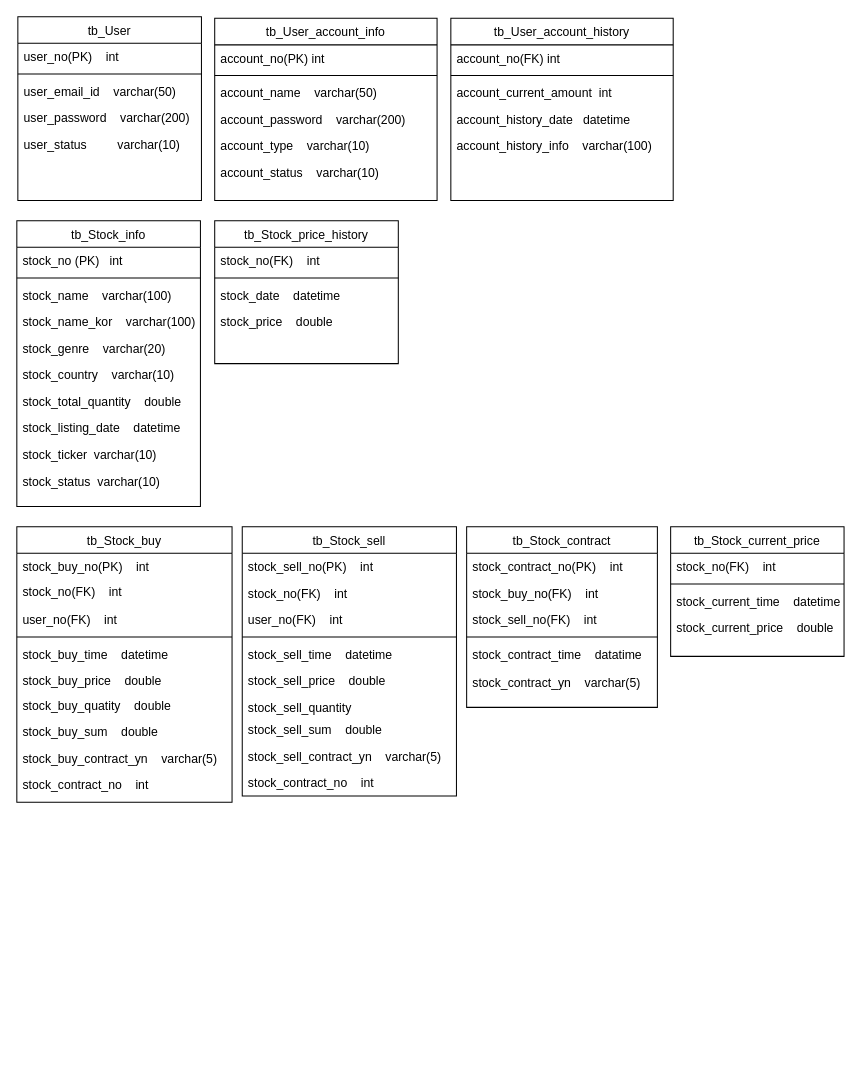
Above: stockERD.drawio in kmg4376/hello-world (draw.io), before the change. Source tidied: cells renumbered, new cells numbered last; positions are measured from the earlier drawing's top-left corner, leaving out a move shared by most shapes. Both pictures are drawn from the tidied source at 102%, with x=0, y=0 at pixel (16, 16).
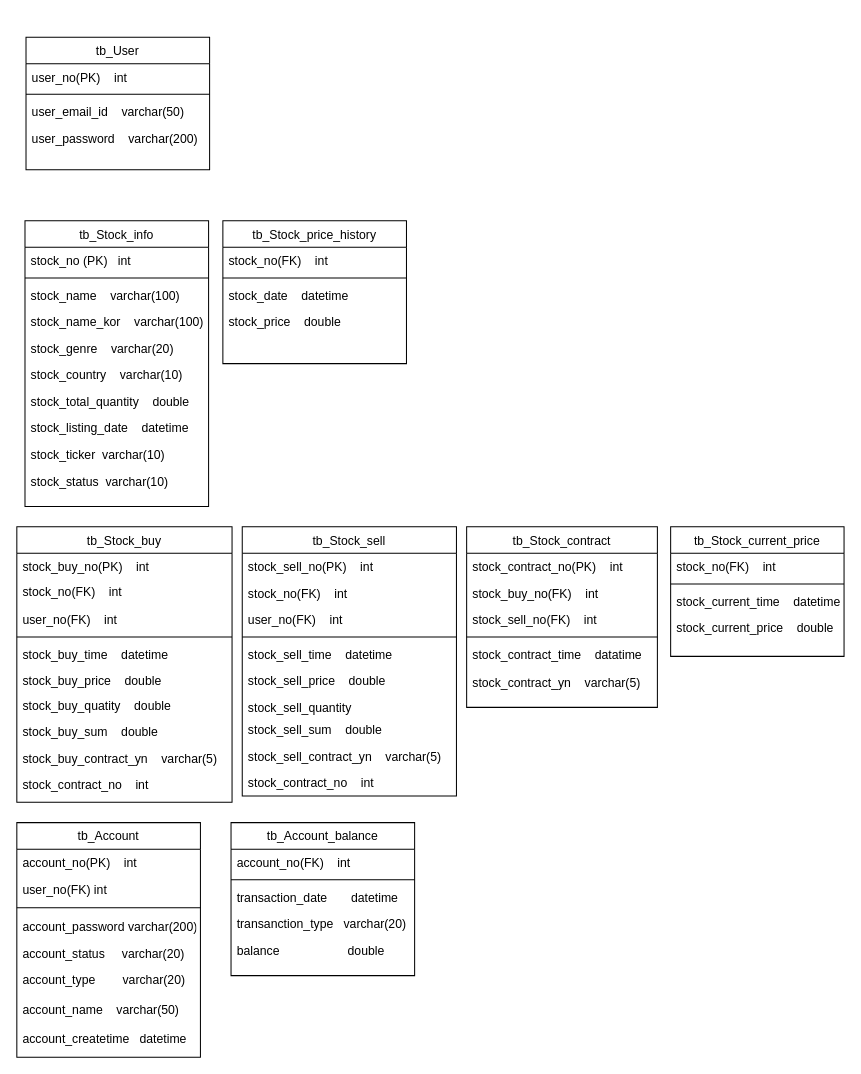
The same diagram, later.

Change to the diagram source:
```diff
@@
     <mxCell id="2" value="tb_User" style="swimlane;fontStyle=0;align=center;verticalAlign=top;horizontal=1;startSize=26;rounded=0;shadow=0;strokeWidth=1;" parent="1" vertex="1">
-      <mxGeometry x="1" width="180" height="180" as="geometry" />
+      <mxGeometry x="9" y="20" width="180" height="130" as="geometry" />
     </mxCell>
@@
-    <mxCell id="7" value="user_status         varchar(10)" style="text;align=left;verticalAlign=top;spacingLeft=4;spacingRight=4;overflow=hidden;" parent="2" vertex="1">
-      <mxGeometry y="112" width="180" height="26" as="geometry" />
-    </mxCell>
     <mxCell id="8" value="tb_Stock_price_history" style="swimlane;fontStyle=0;align=center;verticalAlign=top;horizontal=1;startSize=26;rounded=0;shadow=0;strokeWidth=1;" parent="1" vertex="1">
-      <mxGeometry x="194" y="200" width="180" height="140" as="geometry" />
+      <mxGeometry x="202" y="200" width="180" height="140" as="geometry" />
     </mxCell>
@@
     <mxCell id="13" value="tb_Stock_info" style="swimlane;fontStyle=0;align=center;verticalAlign=top;horizontal=1;startSize=26;rounded=0;shadow=0;strokeWidth=1;" parent="1" vertex="1">
-      <mxGeometry y="200" width="180" height="280" as="geometry" />
+      <mxGeometry x="8" y="200" width="180" height="280" as="geometry" />
     </mxCell>
@@
-    <mxCell id="58" value="tb_User_account_info" style="swimlane;fontStyle=0;align=center;verticalAlign=top;horizontal=1;startSize=26;rounded=0;shadow=0;strokeWidth=1;" parent="1" vertex="1">
-      <mxGeometry x="194" y="1.5" width="218" height="178.5" as="geometry" />
-    </mxCell>
+    <mxCell id="71" value="tb_Account" style="swimlane;fontStyle=0;align=center;verticalAlign=top;horizontal=1;startSize=26;rounded=0;shadow=0;strokeWidth=1;" parent="1" vertex="1">
+      <mxGeometry y="790" width="180" height="230" as="geometry" />
+    </mxCell>
-    <mxCell id="59" value="account_no(PK) int" style="text;align=left;verticalAlign=top;spacingLeft=4;spacingRight=4;overflow=hidden;" parent="58" vertex="1">
-      <mxGeometry y="26" width="218" height="26" as="geometry" />
+    <mxCell id="59" value="account_no(PK)    int" style="text;align=left;verticalAlign=top;spacingLeft=4;spacingRight=4;overflow=hidden;" parent="71" vertex="1">
+      <mxGeometry y="26" width="180" height="26" as="geometry" />
     </mxCell>
-    <mxCell id="60" style="line;html=1;strokeWidth=1;align=left;verticalAlign=middle;spacingTop=-1;spacingLeft=3;spacingRight=3;labelPosition=right;" parent="58" vertex="1">
-      <mxGeometry y="52" width="218" height="8" as="geometry" />
-    </mxCell>
+    <mxCell id="72" value="user_no(FK) int" style="text;align=left;verticalAlign=top;spacingLeft=4;spacingRight=4;overflow=hidden;" parent="71" vertex="1">
+      <mxGeometry y="52" width="180" height="26" as="geometry" />
+    </mxCell>
+    <mxCell id="73" style="line;html=1;strokeWidth=1;align=left;verticalAlign=middle;spacingTop=-1;spacingLeft=3;spacingRight=3;labelPosition=right;" parent="71" vertex="1">
+      <mxGeometry y="78" width="180" height="11" as="geometry" />
+    </mxCell>
+    <mxCell id="62" value="account_password varchar(200)" style="text;align=left;verticalAlign=top;spacingLeft=4;spacingRight=4;overflow=hidden;" parent="71" vertex="1">
+      <mxGeometry y="89" width="180" height="26" as="geometry" />
+    </mxCell>
+    <mxCell id="74" value="account_status     varchar(20)" style="text;align=left;verticalAlign=top;spacingLeft=4;spacingRight=4;overflow=hidden;" parent="71" vertex="1">
+      <mxGeometry y="115" width="180" height="26" as="geometry" />
+    </mxCell>
+    <mxCell id="75" value="account_type        varchar(20)" style="text;align=left;verticalAlign=top;spacingLeft=4;spacingRight=4;overflow=hidden;" parent="71" vertex="1">
+      <mxGeometry y="141" width="180" height="29" as="geometry" />
+    </mxCell>
-    <mxCell id="61" value="account_name    varchar(50)" style="text;align=left;verticalAlign=top;spacingLeft=4;spacingRight=4;overflow=hidden;" parent="58" vertex="1">
-      <mxGeometry y="60" width="218" height="26" as="geometry" />
+    <mxCell id="61" value="account_name    varchar(50)" style="text;align=left;verticalAlign=top;spacingLeft=4;spacingRight=4;overflow=hidden;" parent="71" vertex="1">
+      <mxGeometry y="170" width="180" height="29" as="geometry" />
     </mxCell>
-    <mxCell id="62" value="account_password    varchar(200)" style="text;align=left;verticalAlign=top;spacingLeft=4;spacingRight=4;overflow=hidden;" parent="58" vertex="1">
-      <mxGeometry y="86" width="218" height="26" as="geometry" />
-    </mxCell>
-    <mxCell id="63" value="account_type    varchar(10)" style="text;align=left;verticalAlign=top;spacingLeft=4;spacingRight=4;overflow=hidden;" parent="58" vertex="1">
-      <mxGeometry y="112" width="218" height="26" as="geometry" />
-    </mxCell>
-    <mxCell id="64" value="account_status    varchar(10)" style="text;align=left;verticalAlign=top;spacingLeft=4;spacingRight=4;overflow=hidden;" parent="58" vertex="1">
-      <mxGeometry y="138" width="218" height="26" as="geometry" />
-    </mxCell>
-    <mxCell id="65" value="tb_User_account_history" style="swimlane;fontStyle=0;align=center;verticalAlign=top;horizontal=1;startSize=26;rounded=0;shadow=0;strokeWidth=1;" parent="1" vertex="1">
-      <mxGeometry x="425.5" y="1.5" width="218" height="178.5" as="geometry" />
-    </mxCell>
+    <mxCell id="76" value="account_createtime   datetime" style="text;align=left;verticalAlign=top;spacingLeft=4;spacingRight=4;overflow=hidden;" parent="71" vertex="1">
+      <mxGeometry y="199" width="180" height="26" as="geometry" />
+    </mxCell>
+    <mxCell id="77" value="tb_Account_balance" style="swimlane;fontStyle=0;align=center;verticalAlign=top;horizontal=1;startSize=26;rounded=0;shadow=0;strokeWidth=1;" parent="1" vertex="1">
+      <mxGeometry x="210" y="790" width="180" height="150" as="geometry" />
+    </mxCell>
-    <mxCell id="66" value="account_no(FK) int" style="text;align=left;verticalAlign=top;spacingLeft=4;spacingRight=4;overflow=hidden;" parent="65" vertex="1">
-      <mxGeometry y="26" width="218" height="26" as="geometry" />
+    <mxCell id="66" value="account_no(FK)    int" style="text;align=left;verticalAlign=top;spacingLeft=4;spacingRight=4;overflow=hidden;" parent="77" vertex="1">
+      <mxGeometry y="26" width="180" height="26" as="geometry" />
     </mxCell>
-    <mxCell id="67" style="line;html=1;strokeWidth=1;align=left;verticalAlign=middle;spacingTop=-1;spacingLeft=3;spacingRight=3;labelPosition=right;" parent="65" vertex="1">
-      <mxGeometry y="52" width="218" height="8" as="geometry" />
-    </mxCell>
-    <mxCell id="68" value="account_current_amount  int" style="text;align=left;verticalAlign=top;spacingLeft=4;spacingRight=4;overflow=hidden;" parent="65" vertex="1">
-      <mxGeometry y="60" width="218" height="26" as="geometry" />
-    </mxCell>
-    <mxCell id="69" value="account_history_date   datetime" style="text;align=left;verticalAlign=top;spacingLeft=4;spacingRight=4;overflow=hidden;" parent="65" vertex="1">
-      <mxGeometry y="86" width="218" height="26" as="geometry" />
-    </mxCell>
-    <mxCell id="70" value="account_history_info    varchar(100)" style="text;align=left;verticalAlign=top;spacingLeft=4;spacingRight=4;overflow=hidden;" parent="65" vertex="1">
-      <mxGeometry y="112" width="218" height="26" as="geometry" />
-    </mxCell>
+    <mxCell id="78" style="line;html=1;strokeWidth=1;align=left;verticalAlign=middle;spacingTop=-1;spacingLeft=3;spacingRight=3;labelPosition=right;" parent="77" vertex="1">
+      <mxGeometry y="52" width="180" height="8" as="geometry" />
+    </mxCell>
+    <mxCell id="79" value="transaction_date       datetime" style="text;align=left;verticalAlign=top;spacingLeft=4;spacingRight=4;overflow=hidden;" parent="77" vertex="1">
+      <mxGeometry y="60" width="180" height="26" as="geometry" />
+    </mxCell>
+    <mxCell id="80" value="transanction_type   varchar(20)" style="text;align=left;verticalAlign=top;spacingLeft=4;spacingRight=4;overflow=hidden;" parent="77" vertex="1">
+      <mxGeometry y="86" width="180" height="26" as="geometry" />
+    </mxCell>
+    <mxCell id="81" value="balance                    double" style="text;align=left;verticalAlign=top;spacingLeft=4;spacingRight=4;overflow=hidden;" parent="77" vertex="1">
+      <mxGeometry y="112" width="180" height="26" as="geometry" />
+    </mxCell>
```
